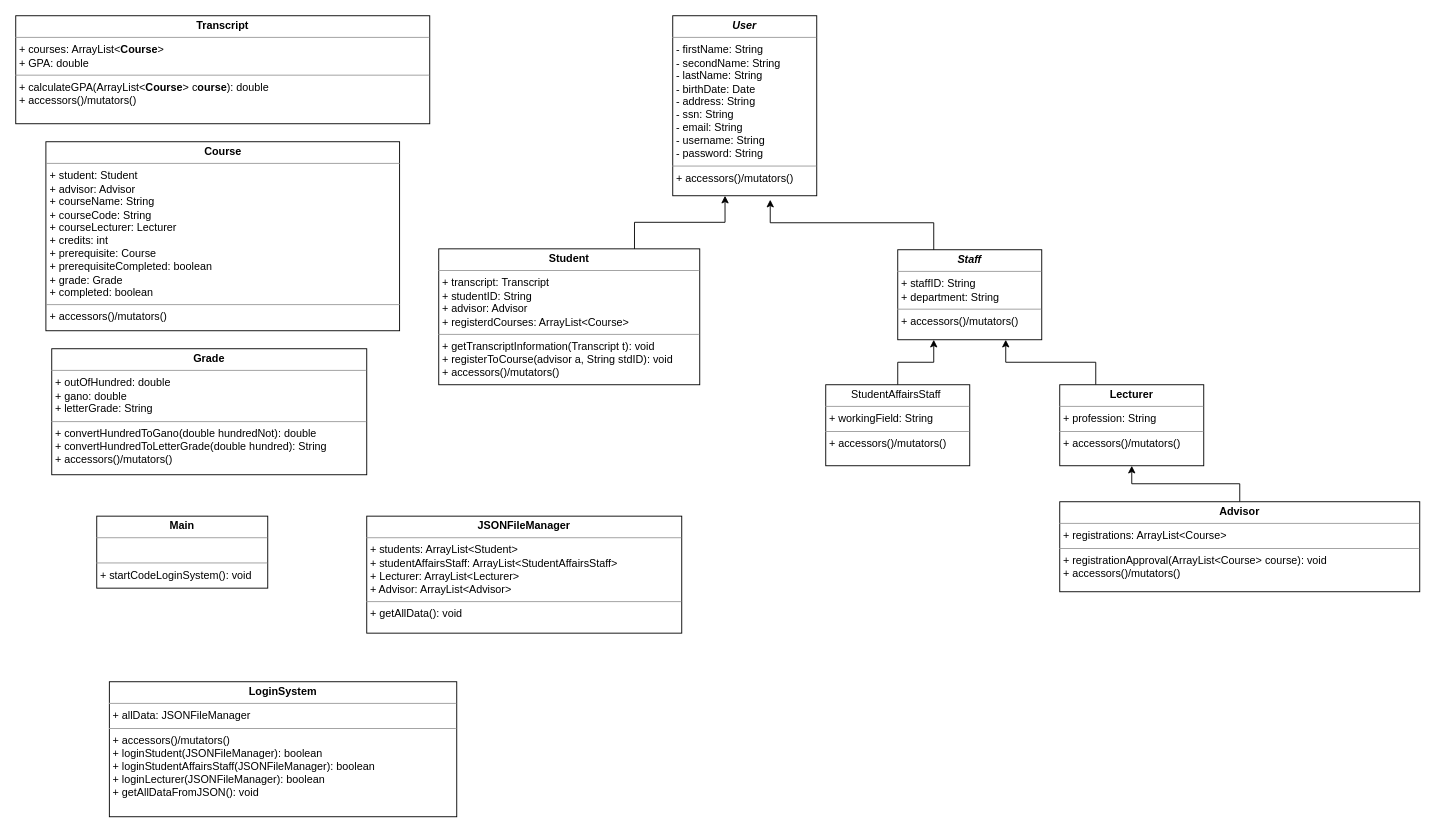
Earlier version of the draw.io diagram Iteration_1/UML.drawio (yigittuncer07/CSE3063F23P1_GRP9). Source tidied: cells renumbered, new cells numbered last; positions are measured from the earlier drawing's top-left corner, leaving out a move shared by most shapes. Both pictures are drawn from the tidied source at 90%, with x=0, y=0 at pixel (15, 15).
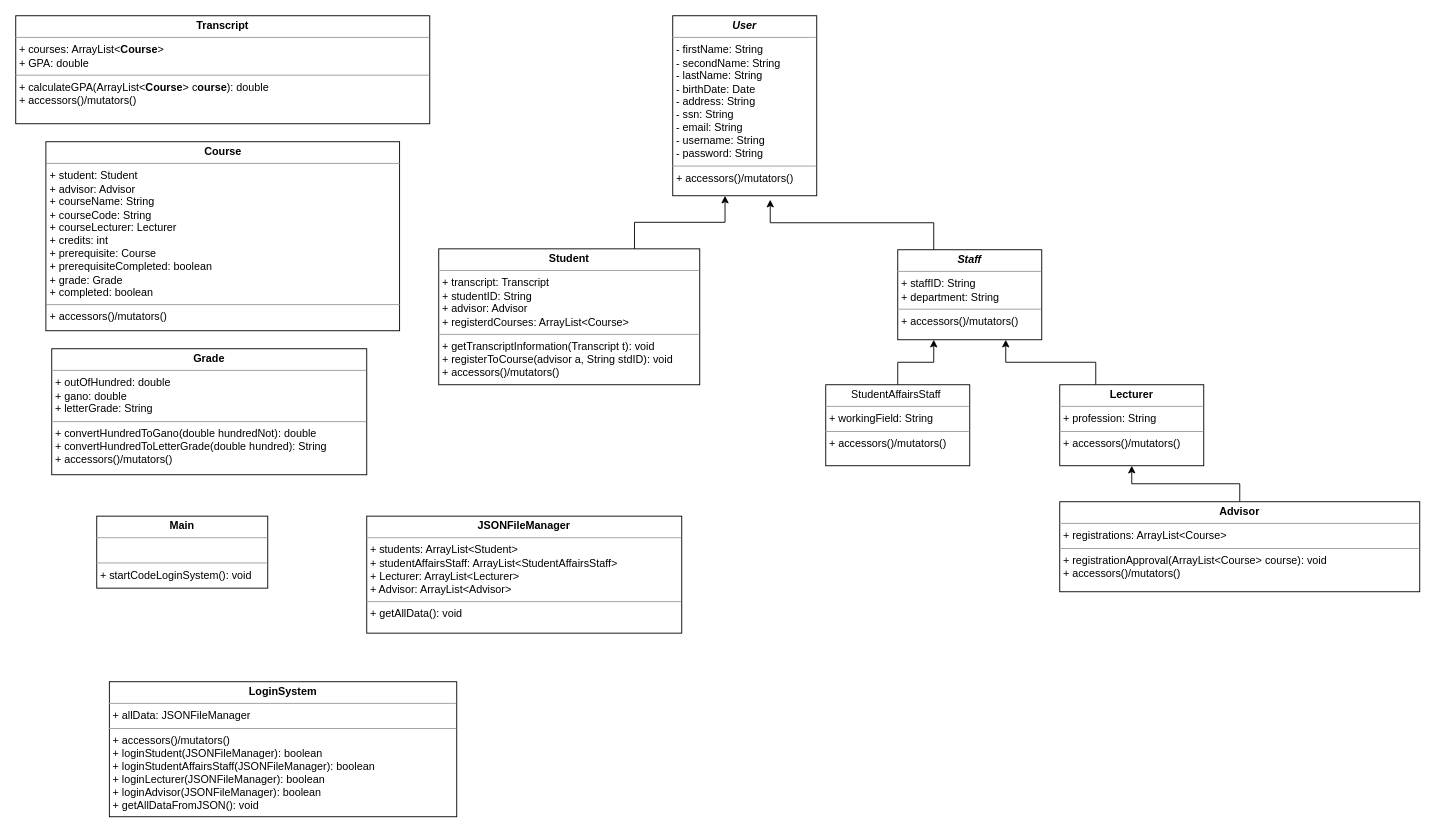
The same diagram, later.

Commit message:
Quick fix in loginsystem class

Diff of the diagram source:
```diff
@@
 <mxGraphModel>
   <root>
     <mxCell id="0" />
     <mxCell id="1" parent="0" />
     <mxCell id="2" value="&lt;p style=&quot;margin:0px;margin-top:4px;text-align:center;&quot;&gt;&lt;b&gt;&lt;i&gt;User&lt;/i&gt;&lt;/b&gt;&lt;/p&gt;&lt;hr size=&quot;1&quot;&gt;&lt;p style=&quot;margin:0px;margin-left:4px;&quot;&gt;- firstName: String&lt;/p&gt;&lt;p style=&quot;margin:0px;margin-left:4px;&quot;&gt;- secondName: String&lt;/p&gt;&lt;p style=&quot;margin:0px;margin-left:4px;&quot;&gt;-&amp;nbsp;&lt;span style=&quot;background-color: initial;&quot;&gt;lastName: String&lt;/span&gt;&lt;/p&gt;&lt;p style=&quot;border-color: var(--border-color); margin: 0px 0px 0px 4px;&quot;&gt;- birthDate: Date&lt;/p&gt;&lt;p style=&quot;margin:0px;margin-left:4px;&quot;&gt;- address: String&lt;/p&gt;&lt;p style=&quot;margin:0px;margin-left:4px;&quot;&gt;- ssn: String&lt;/p&gt;&lt;p style=&quot;margin:0px;margin-left:4px;&quot;&gt;- email: String&lt;/p&gt;&lt;p style=&quot;margin:0px;margin-left:4px;&quot;&gt;- username: String&lt;/p&gt;&lt;p style=&quot;margin:0px;margin-left:4px;&quot;&gt;- password: String&lt;/p&gt;&lt;hr size=&quot;1&quot;&gt;&lt;p style=&quot;margin:0px;margin-left:4px;&quot;&gt;+ accessors()/mutators()&lt;/p&gt;" style="verticalAlign=top;align=left;overflow=fill;fontSize=12;fontFamily=Helvetica;html=1;whiteSpace=wrap;" parent="1" vertex="1">
       <mxGeometry x="730" width="160" height="200" as="geometry" />
     </mxCell>
     <mxCell id="3" value="&lt;p style=&quot;margin:0px;margin-top:4px;text-align:center;&quot;&gt;&lt;b&gt;Student&lt;/b&gt;&lt;/p&gt;&lt;hr size=&quot;1&quot;&gt;&lt;p style=&quot;margin:0px;margin-left:4px;&quot;&gt;+ transcript: Transcript&lt;/p&gt;&lt;p style=&quot;margin:0px;margin-left:4px;&quot;&gt;+ studentID: String&lt;/p&gt;&lt;p style=&quot;margin:0px;margin-left:4px;&quot;&gt;+ advisor: Advisor&lt;/p&gt;&lt;p style=&quot;margin:0px;margin-left:4px;&quot;&gt;+ registerdCourses: ArrayList&amp;lt;Course&amp;gt;&lt;/p&gt;&lt;hr size=&quot;1&quot;&gt;&lt;p style=&quot;margin:0px;margin-left:4px;&quot;&gt;+ getTranscriptInformation(Transcript t): void&lt;/p&gt;&lt;p style=&quot;margin:0px;margin-left:4px;&quot;&gt;&lt;span style=&quot;background-color: initial;&quot;&gt;+ registerToCourse(advisor a, String stdID): void&lt;/span&gt;&lt;/p&gt;&lt;p style=&quot;margin:0px;margin-left:4px;&quot;&gt;&lt;span style=&quot;background-color: initial;&quot;&gt;+ accessors()/mutators()&lt;/span&gt;&lt;br&gt;&lt;/p&gt;" style="verticalAlign=top;align=left;overflow=fill;fontSize=12;fontFamily=Helvetica;html=1;whiteSpace=wrap;" parent="1" vertex="1">
       <mxGeometry x="470" y="259" width="290" height="151" as="geometry" />
     </mxCell>
     <mxCell id="4" style="edgeStyle=orthogonalEdgeStyle;rounded=0;jettySize=auto;html=1;exitX=0.5;exitY=0;exitDx=0;exitDy=0;entryX=0.5;entryY=1;entryDx=0;entryDy=0;" parent="1" edge="1" source="5" target="13">
       <mxGeometry relative="1" as="geometry" />
     </mxCell>
     <mxCell id="5" value="&lt;p style=&quot;margin:0px;margin-top:4px;text-align:center;&quot;&gt;&lt;b&gt;Advisor&lt;/b&gt;&lt;/p&gt;&lt;hr size=&quot;1&quot;&gt;&lt;p style=&quot;margin:0px;margin-left:4px;&quot;&gt;+ registrations: ArrayList&amp;lt;Course&amp;gt;&lt;/p&gt;&lt;hr size=&quot;1&quot;&gt;&lt;p style=&quot;margin:0px;margin-left:4px;&quot;&gt;+ registrationApproval(ArrayList&amp;lt;Course&amp;gt; course): void&lt;/p&gt;&lt;p style=&quot;margin:0px;margin-left:4px;&quot;&gt;+ accessors()/mutators()&lt;br&gt;&lt;/p&gt;" style="verticalAlign=top;align=left;overflow=fill;fontSize=12;fontFamily=Helvetica;html=1;whiteSpace=wrap;" parent="1" vertex="1">
       <mxGeometry x="1160" y="540" width="400" height="100" as="geometry" />
     </mxCell>
     <mxCell id="6" value="&lt;p style=&quot;margin:0px;margin-top:4px;text-align:center;&quot;&gt;&lt;b&gt;Course&lt;/b&gt;&lt;/p&gt;&lt;hr size=&quot;1&quot;&gt;&lt;p style=&quot;margin:0px;margin-left:4px;&quot;&gt;+ student: Student&lt;/p&gt;&lt;p style=&quot;margin:0px;margin-left:4px;&quot;&gt;+ advisor: Advisor&lt;/p&gt;&lt;p style=&quot;margin:0px;margin-left:4px;&quot;&gt;+ courseName: String&lt;/p&gt;&lt;p style=&quot;margin:0px;margin-left:4px;&quot;&gt;+ courseCode: String&lt;/p&gt;&lt;p style=&quot;margin:0px;margin-left:4px;&quot;&gt;+ courseLecturer: Lecturer&lt;/p&gt;&lt;p style=&quot;margin:0px;margin-left:4px;&quot;&gt;+ credits: int&lt;/p&gt;&lt;p style=&quot;margin:0px;margin-left:4px;&quot;&gt;+ prerequisite: Course&lt;/p&gt;&lt;p style=&quot;margin:0px;margin-left:4px;&quot;&gt;+ prerequisiteCompleted: boolean&lt;/p&gt;&lt;p style=&quot;margin:0px;margin-left:4px;&quot;&gt;+ grade: Grade&lt;/p&gt;&lt;p style=&quot;margin:0px;margin-left:4px;&quot;&gt;+ completed: boolean&lt;/p&gt;&lt;hr size=&quot;1&quot;&gt;&lt;p style=&quot;margin:0px;margin-left:4px;&quot;&gt;+ accessors()/mutators()&lt;/p&gt;" style="verticalAlign=top;align=left;overflow=fill;fontSize=12;fontFamily=Helvetica;html=1;whiteSpace=wrap;" parent="1" vertex="1">
       <mxGeometry x="33.5" y="140" width="393" height="210" as="geometry" />
     </mxCell>
     <mxCell id="7" value="&lt;p style=&quot;margin:0px;margin-top:4px;text-align:center;&quot;&gt;&lt;b&gt;Transcript&lt;/b&gt;&lt;/p&gt;&lt;hr size=&quot;1&quot;&gt;&lt;p style=&quot;margin:0px;margin-left:4px;&quot;&gt;+ courses: ArrayList&amp;lt;&lt;b style=&quot;border-color: var(--border-color); text-align: center;&quot;&gt;Course&lt;/b&gt;&lt;span style=&quot;background-color: initial;&quot;&gt;&amp;gt;&lt;/span&gt;&lt;br&gt;&lt;/p&gt;&lt;p style=&quot;margin:0px;margin-left:4px;&quot;&gt;&lt;span style=&quot;background-color: initial;&quot;&gt;+ GPA: double&lt;/span&gt;&lt;/p&gt;&lt;hr size=&quot;1&quot;&gt;&lt;p style=&quot;margin:0px;margin-left:4px;&quot;&gt;+ calculateGPA(ArrayList&amp;lt;&lt;b style=&quot;border-color: var(--border-color); text-align: center;&quot;&gt;Course&lt;/b&gt;&amp;gt; c&lt;b style=&quot;border-color: var(--border-color); text-align: center;&quot;&gt;ourse&lt;/b&gt;): double&lt;/p&gt;&lt;p style=&quot;margin:0px;margin-left:4px;&quot;&gt;+ accessors()/mutators()&lt;br&gt;&lt;/p&gt;" style="verticalAlign=top;align=left;overflow=fill;fontSize=12;fontFamily=Helvetica;html=1;whiteSpace=wrap;" parent="1" vertex="1">
       <mxGeometry width="460" height="120" as="geometry" />
     </mxCell>
     <mxCell id="8" value="&lt;p style=&quot;margin:0px;margin-top:4px;text-align:center;&quot;&gt;&lt;b&gt;Grade&lt;/b&gt;&lt;/p&gt;&lt;hr size=&quot;1&quot;&gt;&lt;p style=&quot;margin:0px;margin-left:4px;&quot;&gt;+ outOfHundred: double&lt;/p&gt;&lt;p style=&quot;margin:0px;margin-left:4px;&quot;&gt;+ gano: double&lt;/p&gt;&lt;p style=&quot;margin:0px;margin-left:4px;&quot;&gt;+ letterGrade: String&lt;/p&gt;&lt;hr size=&quot;1&quot;&gt;&lt;p style=&quot;margin:0px;margin-left:4px;&quot;&gt;+ convertHundredToGano(double hundredNot): double&lt;/p&gt;&lt;p style=&quot;margin:0px;margin-left:4px;&quot;&gt;+ convertHundredToLetterGrade(double hundred): String&lt;/p&gt;&lt;p style=&quot;margin:0px;margin-left:4px;&quot;&gt;+ accessors()/mutators()&lt;br&gt;&lt;/p&gt;" style="verticalAlign=top;align=left;overflow=fill;fontSize=12;fontFamily=Helvetica;html=1;whiteSpace=wrap;" parent="1" vertex="1">
       <mxGeometry x="40" y="370" width="350" height="140" as="geometry" />
     </mxCell>
     <mxCell id="9" style="edgeStyle=orthogonalEdgeStyle;rounded=0;jettySize=auto;html=1;exitX=0.75;exitY=0;exitDx=0;exitDy=0;entryX=0.363;entryY=1;entryDx=0;entryDy=0;entryPerimeter=0;" parent="1" edge="1" source="3" target="2">
       <mxGeometry relative="1" as="geometry" />
     </mxCell>
     <mxCell id="10" value="&lt;p style=&quot;margin:0px;margin-top:4px;text-align:center;&quot;&gt;&lt;b&gt;&lt;i&gt;Staff&lt;/i&gt;&lt;/b&gt;&lt;/p&gt;&lt;hr size=&quot;1&quot;&gt;&lt;p style=&quot;margin:0px;margin-left:4px;&quot;&gt;+ staffID: String&lt;/p&gt;&lt;p style=&quot;margin:0px;margin-left:4px;&quot;&gt;+ department: String&lt;/p&gt;&lt;hr size=&quot;1&quot;&gt;&lt;p style=&quot;margin:0px;margin-left:4px;&quot;&gt;+ accessors()/mutators()&lt;br&gt;&lt;/p&gt;" style="verticalAlign=top;align=left;overflow=fill;fontSize=12;fontFamily=Helvetica;html=1;whiteSpace=wrap;" parent="1" vertex="1">
       <mxGeometry x="980" y="260" width="160" height="100" as="geometry" />
     </mxCell>
     <mxCell id="11" style="edgeStyle=orthogonalEdgeStyle;rounded=0;jettySize=auto;html=1;exitX=0.25;exitY=0;exitDx=0;exitDy=0;entryX=0.677;entryY=1.022;entryDx=0;entryDy=0;entryPerimeter=0;" parent="1" edge="1" source="10" target="2">
       <mxGeometry relative="1" as="geometry" />
     </mxCell>
     <mxCell id="12" style="edgeStyle=orthogonalEdgeStyle;rounded=0;jettySize=auto;html=1;exitX=0.25;exitY=0;exitDx=0;exitDy=0;entryX=0.75;entryY=1;entryDx=0;entryDy=0;" parent="1" edge="1" source="13" target="10">
       <mxGeometry relative="1" as="geometry" />
     </mxCell>
     <mxCell id="13" value="&lt;p style=&quot;margin:0px;margin-top:4px;text-align:center;&quot;&gt;&lt;b&gt;Lecturer&lt;/b&gt;&lt;/p&gt;&lt;hr size=&quot;1&quot;&gt;&lt;p style=&quot;margin:0px;margin-left:4px;&quot;&gt;+&amp;nbsp;profession: String&lt;/p&gt;&lt;hr size=&quot;1&quot;&gt;&lt;p style=&quot;margin:0px;margin-left:4px;&quot;&gt;+ accessors()/mutators()&lt;br&gt;&lt;/p&gt;" style="verticalAlign=top;align=left;overflow=fill;fontSize=12;fontFamily=Helvetica;html=1;whiteSpace=wrap;" parent="1" vertex="1">
       <mxGeometry x="1160" y="410" width="160" height="90" as="geometry" />
     </mxCell>
-    <mxCell id="14" value="&lt;p style=&quot;margin:0px;margin-top:4px;text-align:center;&quot;&gt;&lt;b&gt;LoginSystem&lt;/b&gt;&lt;/p&gt;&lt;hr size=&quot;1&quot;&gt;&lt;p style=&quot;margin:0px;margin-left:4px;&quot;&gt;+ allData: JSONFileManager&lt;/p&gt;&lt;hr size=&quot;1&quot;&gt;&lt;p style=&quot;margin:0px;margin-left:4px;&quot;&gt;+ accessors()/mutators()&lt;br&gt;&lt;/p&gt;&lt;p style=&quot;margin:0px;margin-left:4px;&quot;&gt;+ loginStudent(JSONFileManager): boolean&lt;/p&gt;&lt;p style=&quot;border-color: var(--border-color); margin: 0px 0px 0px 4px;&quot;&gt;+ loginStudentAffairsStaff(JSONFileManager): boolean&lt;/p&gt;&lt;div&gt;&lt;p style=&quot;border-color: var(--border-color); margin: 0px 0px 0px 4px;&quot;&gt;+ loginLecturer(JSONFileManager): boolean&lt;/p&gt;&lt;/div&gt;&lt;p style=&quot;margin:0px;margin-left:4px;&quot;&gt;+ getAllDataFromJSON(): void&lt;br&gt;&lt;/p&gt;&lt;p style=&quot;margin:0px;margin-left:4px;&quot;&gt;&lt;br&gt;&lt;/p&gt;" style="verticalAlign=top;align=left;overflow=fill;fontSize=12;fontFamily=Helvetica;html=1;whiteSpace=wrap;" parent="1" vertex="1">
+    <mxCell id="14" value="&lt;p style=&quot;margin:0px;margin-top:4px;text-align:center;&quot;&gt;&lt;b&gt;LoginSystem&lt;/b&gt;&lt;/p&gt;&lt;hr size=&quot;1&quot;&gt;&lt;p style=&quot;margin:0px;margin-left:4px;&quot;&gt;+ allData: JSONFileManager&lt;/p&gt;&lt;hr size=&quot;1&quot;&gt;&lt;p style=&quot;margin:0px;margin-left:4px;&quot;&gt;+ accessors()/mutators()&lt;br&gt;&lt;/p&gt;&lt;p style=&quot;margin:0px;margin-left:4px;&quot;&gt;+ loginStudent(JSONFileManager): boolean&lt;/p&gt;&lt;p style=&quot;border-color: var(--border-color); margin: 0px 0px 0px 4px;&quot;&gt;+ loginStudentAffairsStaff(JSONFileManager): boolean&lt;/p&gt;&lt;div&gt;&lt;p style=&quot;border-color: var(--border-color); margin: 0px 0px 0px 4px;&quot;&gt;+ loginLecturer(JSONFileManager): boolean&lt;/p&gt;&lt;div style=&quot;border-color: var(--border-color);&quot;&gt;&lt;p style=&quot;border-color: var(--border-color); margin: 0px 0px 0px 4px;&quot;&gt;+ loginAdvisor(JSONFileManager): boolean&lt;/p&gt;&lt;/div&gt;&lt;/div&gt;&lt;p style=&quot;margin:0px;margin-left:4px;&quot;&gt;+ getAllDataFromJSON(): void&lt;br&gt;&lt;/p&gt;&lt;p style=&quot;margin:0px;margin-left:4px;&quot;&gt;&lt;br&gt;&lt;/p&gt;" style="verticalAlign=top;align=left;overflow=fill;fontSize=12;fontFamily=Helvetica;html=1;whiteSpace=wrap;" parent="1" vertex="1">
       <mxGeometry x="104" y="740" width="386" height="150" as="geometry" />
     </mxCell>
     <mxCell id="15" style="edgeStyle=orthogonalEdgeStyle;rounded=0;jettySize=auto;html=1;exitX=0.5;exitY=0;exitDx=0;exitDy=0;entryX=0.25;entryY=1;entryDx=0;entryDy=0;" parent="1" edge="1" source="16" target="10">
       <mxGeometry relative="1" as="geometry" />
     </mxCell>
     <mxCell id="16" value="&lt;p style=&quot;margin:0px;margin-top:4px;text-align:center;&quot;&gt;StudentAffairsStaff&amp;nbsp;&lt;br&gt;&lt;/p&gt;&lt;hr size=&quot;1&quot;&gt;&lt;p style=&quot;margin:0px;margin-left:4px;&quot;&gt;+&amp;nbsp;workingField: String&lt;/p&gt;&lt;hr size=&quot;1&quot;&gt;&lt;p style=&quot;margin:0px;margin-left:4px;&quot;&gt;+ accessors()/mutators()&lt;br&gt;&lt;/p&gt;" style="verticalAlign=top;align=left;overflow=fill;fontSize=12;fontFamily=Helvetica;html=1;whiteSpace=wrap;" parent="1" vertex="1">
       <mxGeometry x="900" y="410" width="160" height="90" as="geometry" />
     </mxCell>
     <mxCell id="17" value="&lt;p style=&quot;margin:0px;margin-top:4px;text-align:center;&quot;&gt;&lt;b&gt;Main&lt;/b&gt;&lt;/p&gt;&lt;hr size=&quot;1&quot;&gt;&lt;p style=&quot;margin:0px;margin-left:4px;&quot;&gt;&lt;br&gt;&lt;/p&gt;&lt;hr size=&quot;1&quot;&gt;&lt;p style=&quot;margin:0px;margin-left:4px;&quot;&gt;+ startCodeLoginSystem(): void&lt;/p&gt;" style="verticalAlign=top;align=left;overflow=fill;fontSize=12;fontFamily=Helvetica;html=1;whiteSpace=wrap;" parent="1" vertex="1">
       <mxGeometry x="90" y="556" width="190" height="80" as="geometry" />
     </mxCell>
     <mxCell id="18" value="&lt;p style=&quot;margin:0px;margin-top:4px;text-align:center;&quot;&gt;&lt;b&gt;JSONFileManager&lt;/b&gt;&lt;/p&gt;&lt;hr size=&quot;1&quot;&gt;&lt;p style=&quot;margin:0px;margin-left:4px;&quot;&gt;+ students: ArrayList&amp;lt;Student&amp;gt;&lt;/p&gt;&lt;p style=&quot;margin:0px;margin-left:4px;&quot;&gt;+ studentAffairsStaff: ArrayList&amp;lt;StudentAffairsStaff&amp;gt;&lt;/p&gt;&lt;p style=&quot;margin:0px;margin-left:4px;&quot;&gt;+ Lecturer: ArrayList&amp;lt;Lecturer&amp;gt;&lt;/p&gt;&lt;p style=&quot;margin:0px;margin-left:4px;&quot;&gt;+ Advisor: ArrayList&amp;lt;Advisor&amp;gt;&lt;/p&gt;&lt;hr size=&quot;1&quot;&gt;&lt;p style=&quot;margin:0px;margin-left:4px;&quot;&gt;+ getAllData(): void&lt;/p&gt;" style="verticalAlign=top;align=left;overflow=fill;fontSize=12;fontFamily=Helvetica;html=1;whiteSpace=wrap;" parent="1" vertex="1">
       <mxGeometry x="390" y="556" width="350" height="130" as="geometry" />
     </mxCell>
   </root>
 </mxGraphModel>
```
